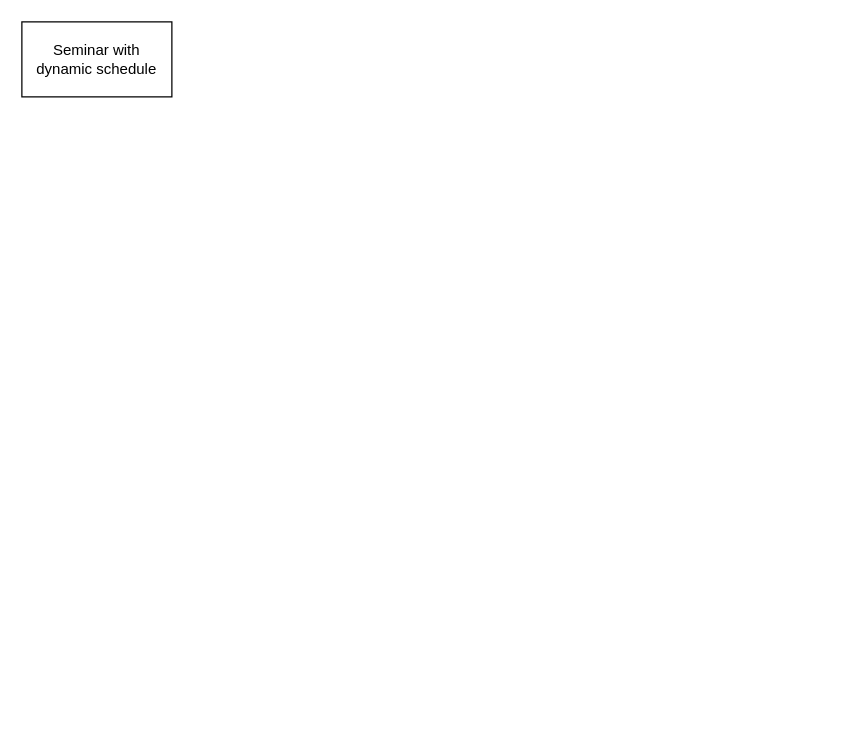
Before: selective_schedule_flow.drawio in hoa89nguyen/myproject, a draw.io diagram. Source tidied: cells renumbered, new cells numbered last; positions are measured from the earlier drawing's top-left corner, leaving out a move shared by most shapes. Both pictures are drawn from the tidied source at 125%, with x=0, y=0 at pixel (21, 21).
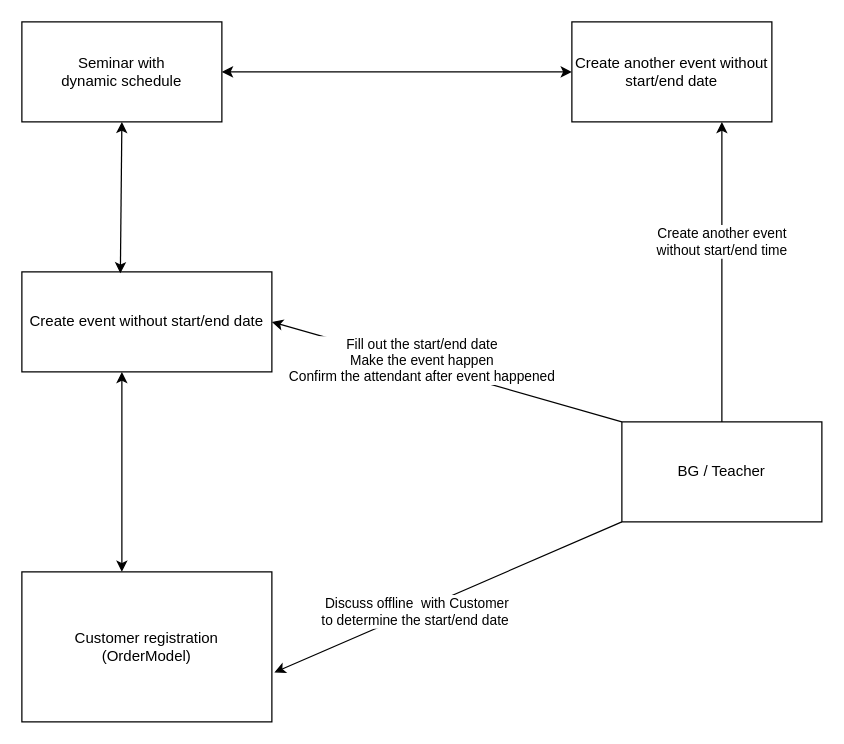
The same page after the edit.

The edit, as a diff of the source:
```diff
@@
 <mxGraphModel>
   <root>
     <mxCell id="0" />
     <mxCell id="1" parent="0" />
     <mxCell id="2" value="Seminar with &lt;br&gt;dynamic schedule" style="rounded=0;whiteSpace=wrap;html=1;" parent="1" vertex="1">
-      <mxGeometry width="120" height="60" as="geometry" />
+      <mxGeometry width="160" height="80" as="geometry" />
     </mxCell>
+    <mxCell id="3" value="Create event without start/end date" style="rounded=0;whiteSpace=wrap;html=1;" parent="1" vertex="1">
+      <mxGeometry y="200" width="200" height="80" as="geometry" />
+    </mxCell>
+    <mxCell id="4" value="Customer registration&lt;br&gt;(OrderModel)" style="rounded=0;whiteSpace=wrap;html=1;" parent="1" vertex="1">
+      <mxGeometry y="440" width="200" height="120" as="geometry" />
+    </mxCell>
+    <mxCell id="5" value="BG / Teacher" style="rounded=0;whiteSpace=wrap;html=1;" parent="1" vertex="1">
+      <mxGeometry x="480" y="320" width="160" height="80" as="geometry" />
+    </mxCell>
+    <mxCell id="6" style="endArrow=classic;html=1;rounded=0;exitX=0;exitY=1;exitDx=0;exitDy=0;entryX=1.01;entryY=0.67;entryDx=0;entryDy=0;entryPerimeter=0;" parent="1" edge="1" source="5" target="4">
+      <mxGeometry relative="1" as="geometry" />
+    </mxCell>
+    <mxCell id="7" value="Discuss offline&amp;nbsp; with Customer &lt;br&gt;to determine the start/end date&amp;nbsp;" style="edgeLabel;html=1;align=center;verticalAlign=middle;" parent="6" vertex="1">
+      <mxGeometry x="0.18" relative="1" as="geometry" />
+    </mxCell>
+    <mxCell id="8" style="endArrow=classic;html=1;rounded=0;exitX=0;exitY=0;exitDx=0;exitDy=0;entryX=1;entryY=0.5;entryDx=0;entryDy=0;" parent="1" edge="1" source="5" target="3">
+      <mxGeometry relative="1" as="geometry" />
+    </mxCell>
+    <mxCell id="9" value="Fill out the start/end date&lt;br&gt;Make the event happen&lt;br&gt;Confirm the attendant after event happened" style="edgeLabel;html=1;align=center;verticalAlign=middle;" parent="8" vertex="1">
+      <mxGeometry x="0.42" relative="1" as="geometry">
+        <mxPoint x="39" y="7" as="offset" />
+      </mxGeometry>
+    </mxCell>
+    <mxCell id="10" value="Create another event without start/end date" style="rounded=0;whiteSpace=wrap;html=1;" parent="1" vertex="1">
+      <mxGeometry x="440" width="160" height="80" as="geometry" />
+    </mxCell>
+    <mxCell id="11" style="endArrow=classic;html=1;rounded=0;exitX=0.5;exitY=0;exitDx=0;exitDy=0;entryX=0.75;entryY=1;entryDx=0;entryDy=0;" parent="1" edge="1" source="5" target="10">
+      <mxGeometry relative="1" as="geometry" />
+    </mxCell>
+    <mxCell id="12" value="Create another event&lt;br&gt;without start/end time" style="edgeLabel;html=1;align=center;verticalAlign=middle;" parent="11" vertex="1">
+      <mxGeometry x="0.21" y="1" relative="1" as="geometry" />
+    </mxCell>
+    <mxCell id="13" style="endArrow=classic;startArrow=classic;html=1;rounded=0;exitX=0.394;exitY=0.015;exitDx=0;exitDy=0;exitPerimeter=0;" parent="1" edge="1" source="3">
+      <mxGeometry relative="1" as="geometry">
+        <mxPoint x="80" y="80" as="targetPoint" />
+      </mxGeometry>
+    </mxCell>
+    <mxCell id="14" style="endArrow=classic;startArrow=classic;html=1;rounded=0;" parent="1" edge="1" source="2">
+      <mxGeometry relative="1" as="geometry">
+        <mxPoint x="440" y="40" as="targetPoint" />
+      </mxGeometry>
+    </mxCell>
+    <mxCell id="15" style="endArrow=classic;startArrow=classic;html=1;rounded=0;exitX=0.4;exitY=0;exitDx=0;exitDy=0;exitPerimeter=0;" parent="1" edge="1" source="4">
+      <mxGeometry relative="1" as="geometry">
+        <mxPoint x="80" y="280" as="targetPoint" />
+      </mxGeometry>
+    </mxCell>
   </root>
 </mxGraphModel>
```
